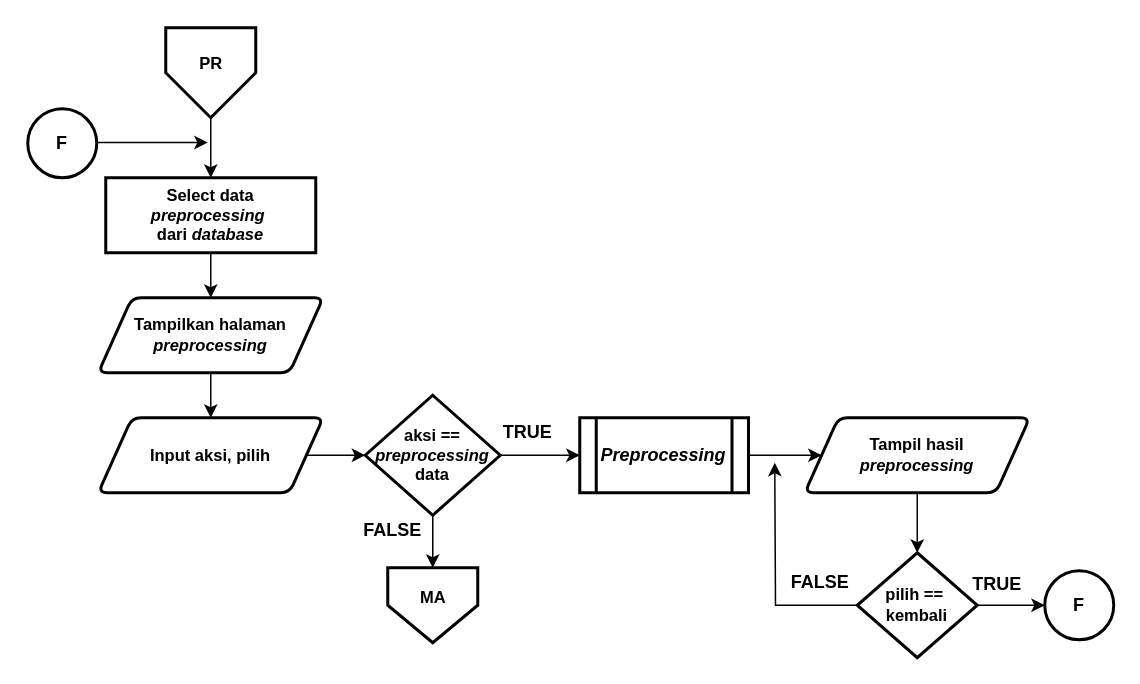
muspriandi/TextMining-SentimentAnalysis keeps this draw.io diagram as Dokumen TA/Paper/Flowchart/Flowchart menu preprocessing.drawio. Above is the earlier version. Source tidied: cells renumbered, new cells numbered last; positions are measured from the earlier drawing's top-left corner, leaving out a move shared by most shapes. Both pictures are drawn from the tidied source at 150%, with x=0, y=0 at pixel (27, 27).
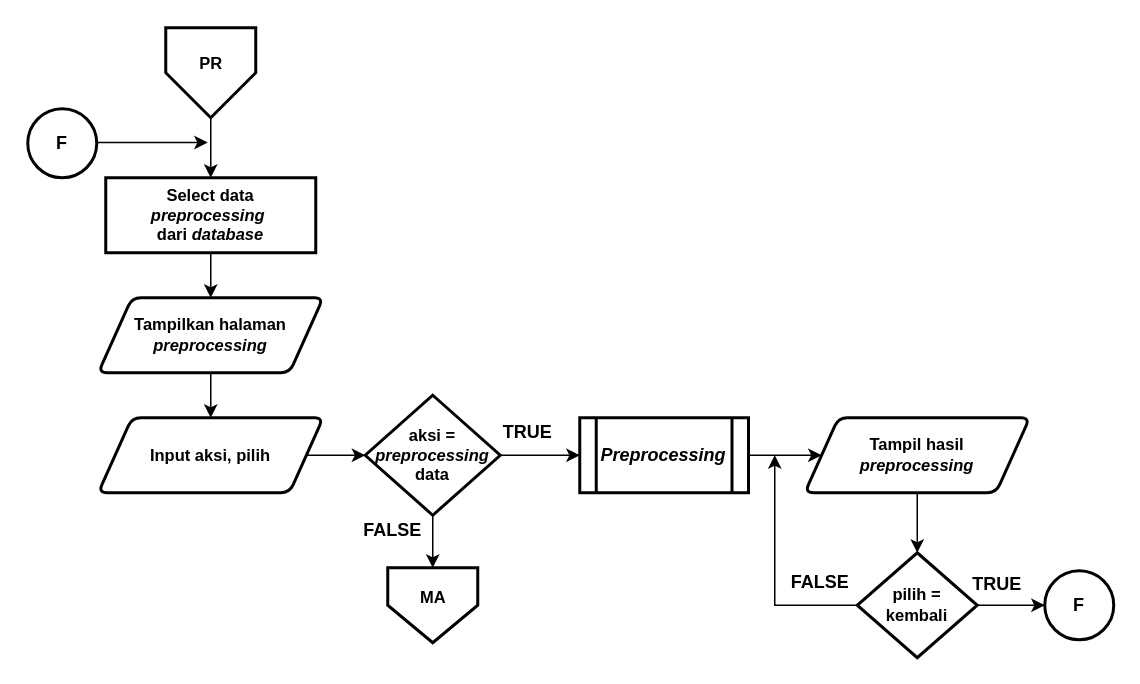
After the change.

Change to the diagram source:
```diff
@@
-    <mxCell id="17" value="&lt;b style=&quot;font-size: 11px&quot;&gt;&lt;font style=&quot;font-size: 11px&quot;&gt;aksi == &lt;i&gt;preprocessing&lt;/i&gt;&lt;br style=&quot;font-size: 11px&quot;&gt;data&lt;/font&gt;&lt;/b&gt;" style="rhombus;whiteSpace=wrap;html=1;strokeWidth=2;fontSize=11;" parent="1" vertex="1">
+    <mxCell id="17" value="&lt;b style=&quot;font-size: 11px&quot;&gt;&lt;font style=&quot;font-size: 11px&quot;&gt;aksi = &lt;i&gt;preprocessing&lt;/i&gt;&lt;br style=&quot;font-size: 11px&quot;&gt;data&lt;/font&gt;&lt;/b&gt;" style="rhombus;whiteSpace=wrap;html=1;strokeWidth=2;fontSize=11;" parent="1" vertex="1">
       <mxGeometry x="225" y="245" width="90" height="80" as="geometry" />
     </mxCell>
@@
     <mxCell id="28" style="edgeStyle=orthogonalEdgeStyle;rounded=0;jettySize=auto;html=1;fontSize=11;" parent="1" edge="1" source="29">
       <mxGeometry relative="1" as="geometry">
-        <mxPoint x="498" y="290" as="targetPoint" />
+        <mxPoint x="498" y="285" as="targetPoint" />
+        <Array as="points">
+          <mxPoint x="498" y="385" />
+          <mxPoint x="498" y="285" />
+        </Array>
       </mxGeometry>
     </mxCell>
-    <mxCell id="29" value="&lt;b style=&quot;font-size: 11px&quot;&gt;&lt;font style=&quot;font-size: 11px&quot;&gt;pilih ==&amp;nbsp;&lt;br&gt;kembali&lt;br&gt;&lt;/font&gt;&lt;/b&gt;" style="rhombus;whiteSpace=wrap;html=1;strokeWidth=2;fontSize=11;" parent="1" vertex="1">
+    <mxCell id="29" value="&lt;b style=&quot;font-size: 11px&quot;&gt;&lt;font style=&quot;font-size: 11px&quot;&gt;pilih =&lt;br&gt;kembali&lt;br&gt;&lt;/font&gt;&lt;/b&gt;" style="rhombus;whiteSpace=wrap;html=1;strokeWidth=2;fontSize=11;" parent="1" vertex="1">
       <mxGeometry x="553" y="350" width="80" height="70" as="geometry" />
     </mxCell>
```
